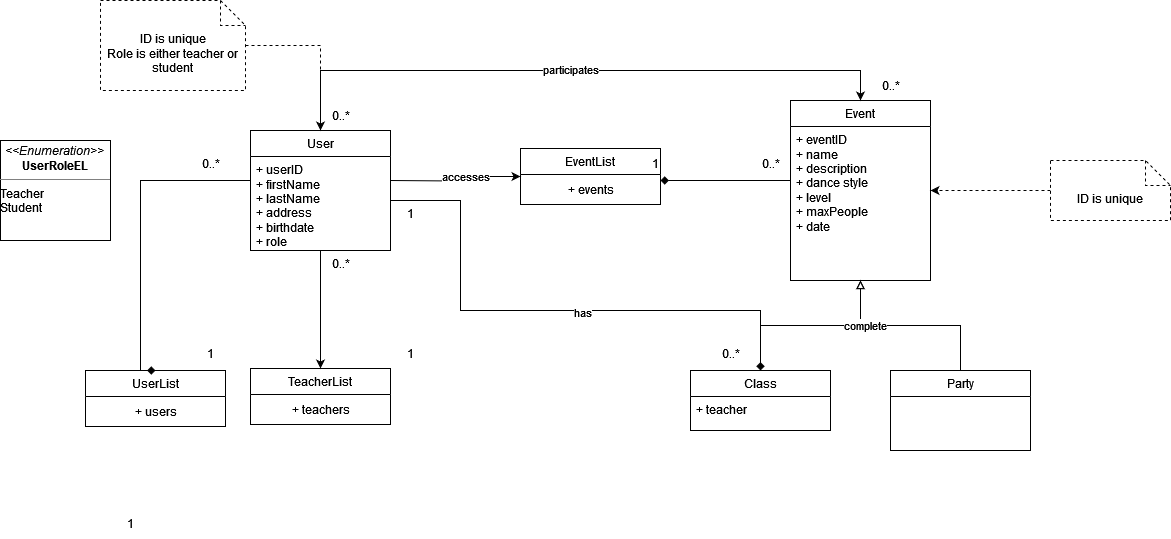
Above: uml/domain_information_model.png in ronnyporsch/webapps7client (draw.io), before the change. Source tidied: cells renumbered, new cells last; positions are measured from the earlier drawing's top-left corner, leaving out a move shared by most shapes.
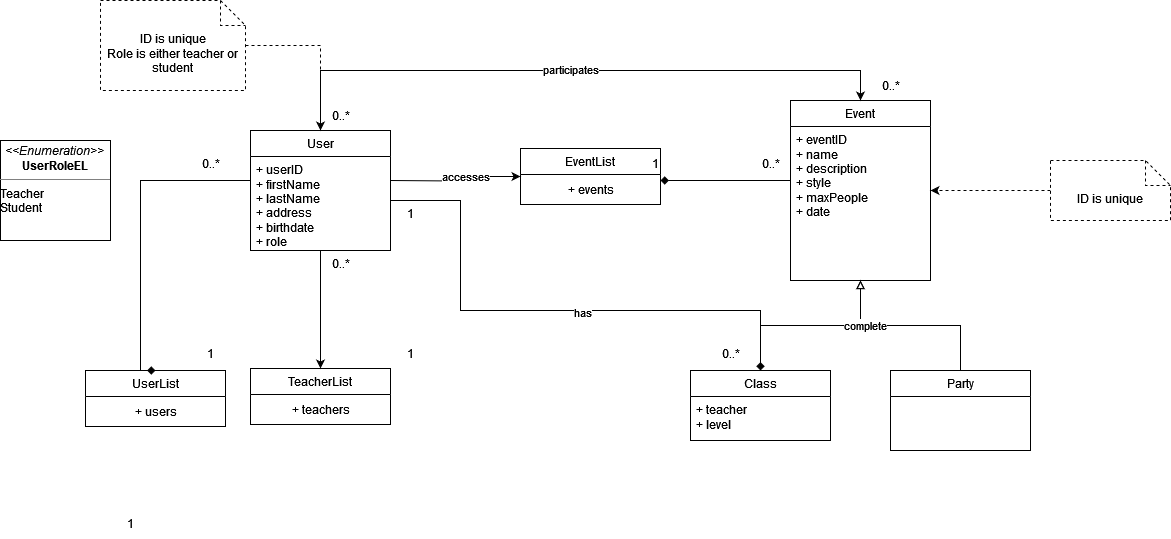
The same file after the commit.

Commit message:
domain table

Diff of the diagram source:
```diff
@@ -86,7 +86,7 @@
     <mxCell id="23" value="Event" style="swimlane;fontStyle=0;horizontal=1;startSize=26;fillColor=none;whiteSpace=wrap;html=1;" parent="1" vertex="1">
       <mxGeometry x="790" y="100" width="140" height="180" as="geometry" />
     </mxCell>
-    <mxCell id="24" value="&lt;div&gt;+ eventID&lt;/div&gt;&lt;div&gt;+ name&lt;br&gt;&lt;/div&gt;&lt;div&gt;+ description&lt;/div&gt;&lt;div&gt;+ dance style &lt;br&gt;&lt;/div&gt;&lt;div&gt;+ level&lt;/div&gt;&lt;div&gt;+ maxPeople&lt;/div&gt;&lt;div&gt;+ date&lt;br&gt;&lt;/div&gt;" style="text;strokeColor=none;fillColor=none;align=left;verticalAlign=top;spacingLeft=4;spacingRight=4;overflow=hidden;whiteSpace=wrap;html=1;" parent="23" vertex="1">
+    <mxCell id="24" value="&lt;div&gt;+ eventID&lt;/div&gt;&lt;div&gt;+ name&lt;br&gt;&lt;/div&gt;&lt;div&gt;+ description&lt;/div&gt;&lt;div&gt;+ style &lt;br&gt;&lt;/div&gt;&lt;div&gt;+ maxPeople&lt;/div&gt;&lt;div&gt;+ date&lt;br&gt;&lt;/div&gt;" style="text;strokeColor=none;fillColor=none;align=left;verticalAlign=top;spacingLeft=4;spacingRight=4;overflow=hidden;whiteSpace=wrap;html=1;" parent="23" vertex="1">
       <mxGeometry y="26" width="140" height="154" as="geometry" />
     </mxCell>
     <mxCell id="25" style="edgeStyle=orthogonalEdgeStyle;rounded=0;jettySize=auto;html=1;endArrow=none;endFill=0;startArrow=diamond;startFill=1;" parent="1" edge="1" source="29" target="20">
@@ -108,10 +108,10 @@
       <mxGeometry x="0.54" y="-4" relative="1" as="geometry" />
     </mxCell>
     <mxCell id="29" value="Class" style="swimlane;fontStyle=0;horizontal=1;startSize=26;fillColor=none;whiteSpace=wrap;html=1;" parent="1" vertex="1">
-      <mxGeometry x="690" y="370" width="140" height="60" as="geometry" />
+      <mxGeometry x="690" y="370" width="140" height="70" as="geometry" />
     </mxCell>
-    <mxCell id="30" value="+ teacher" style="text;strokeColor=none;fillColor=none;align=left;verticalAlign=top;spacingLeft=4;spacingRight=4;overflow=hidden;whiteSpace=wrap;html=1;" parent="29" vertex="1">
-      <mxGeometry y="26" width="140" height="34" as="geometry" />
+    <mxCell id="30" value="&lt;div&gt;+ teacher&lt;/div&gt;&lt;div&gt;+ level&lt;br&gt;&lt;/div&gt;" style="text;strokeColor=none;fillColor=none;align=left;verticalAlign=top;spacingLeft=4;spacingRight=4;overflow=hidden;whiteSpace=wrap;html=1;" parent="29" vertex="1">
+      <mxGeometry y="26" width="140" height="44" as="geometry" />
     </mxCell>
     <mxCell id="31" value="0..*" style="text;html=1;align=center;verticalAlign=middle;strokeColor=none;fillColor=none;" parent="1" vertex="1">
       <mxGeometry x="870" y="70" width="40" height="30" as="geometry" />
```
